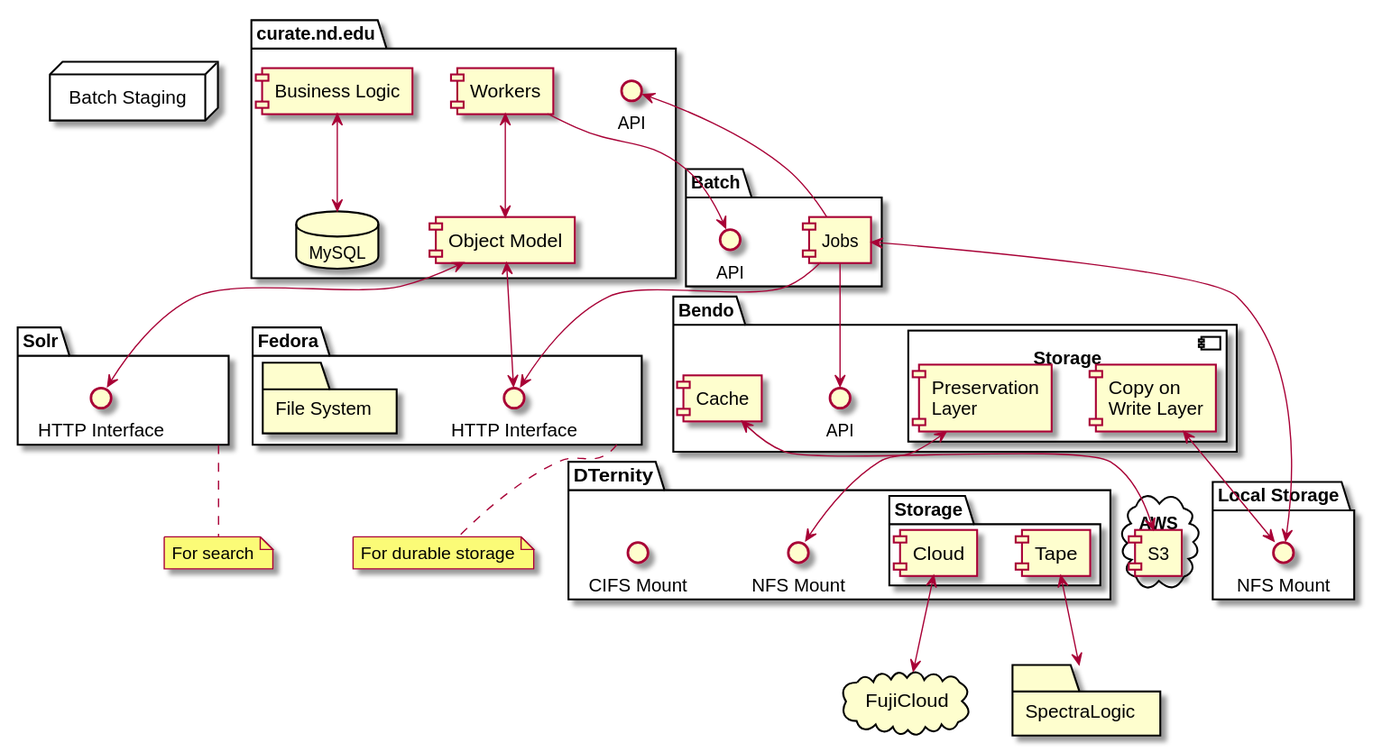
Earlier version of the PlantUML export plantuml/curate_nd.svg (ndlib/dam-ecosystem-mapping).
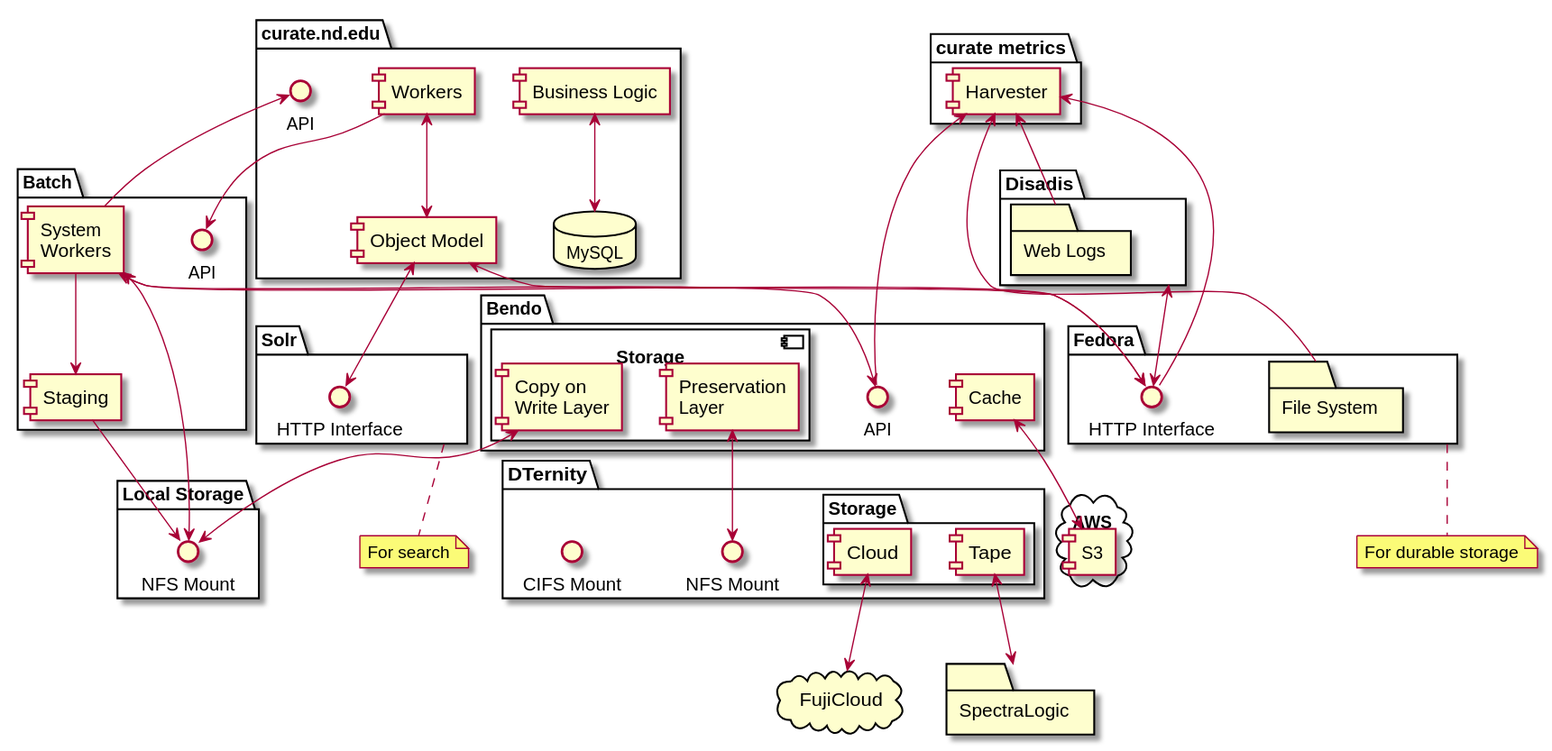
The same file after the commit.

Commit message:
Updating CurateND to include harvesting

What changed in the source:
```diff
@@ -8,6 +8,9 @@
   interface "API" as CurateAPI
   CurateW <--> CurateOM
   CurateBL <--> MySQL
+}
+package Disadis {
+  folder "Web Logs" as WebLogs
 }
 
 package "Fedora" {
@@ -27,11 +30,9 @@
 
 package "Batch" {
   interface API as BatchAPI
-  component Jobs as BatchJobs
-}
-
-node "Batch Staging" {
-
+  component "System\nWorkers" as BatchWorkers
+  component Staging as BatchStaging
+  BatchWorkers --> BatchStaging
 }
 
 package "Bendo" {
@@ -63,16 +64,27 @@
 cloud AWS {
   component S3
 }
+
+package "curate metrics" {
+  component "Harvester"
+  Harvester <-- WebLogs
+  Harvester <-- FedoraHTTP
+  Harvester <-- FedoraFS
+  Harvester <-- BendoAPI
+}
+
 BendoPL <--> DTernityNFSM
 CurateOM <--> FedoraHTTP
 CurateOM <--> SolrHTTP
-BatchJobs --> CurateAPI
+BatchWorkers --> CurateAPI
 BendoCOW <--> LocalNFSMount
 DternityTS <--> SpectraLogic
 DternityCS <--> FujiCloud
 BendoC <--> S3
 CurateW --> BatchAPI
-BatchJobs --> BendoAPI
-BatchJobs --> FedoraHTTP
-BatchJobs <--> LocalNFSMount
+BatchWorkers --> BendoAPI
+BatchWorkers <--> FedoraHTTP
+BatchWorkers <--> LocalNFSMount
+BatchStaging --> LocalNFSMount
+Disadis <--> FedoraHTTP
 @enduml
```
